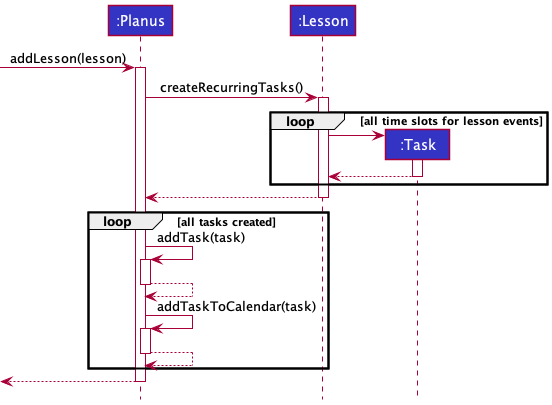
Before: docs/images/AddLessonSequenceDiagram.png, a diagram exported from PlantUML (nus-cs2103-AY2021S1/tp).
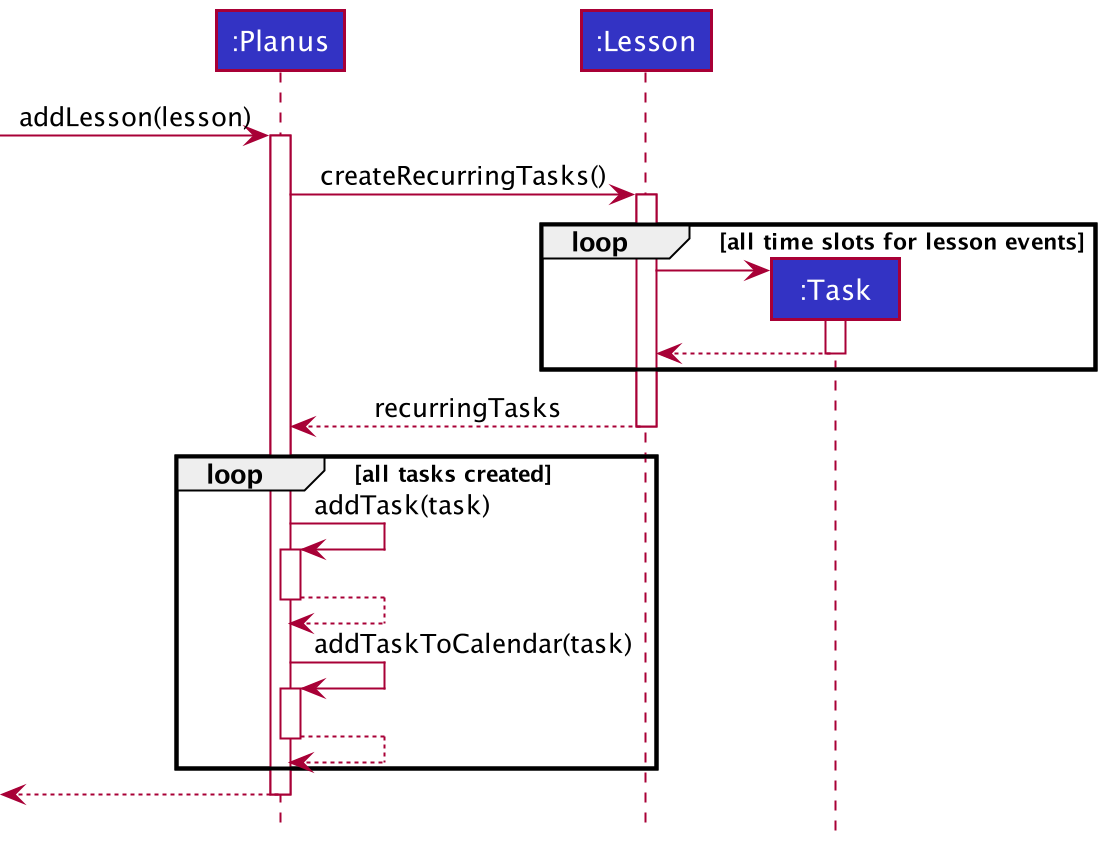
Later version of the same file.

The edit, as a diff of the source:
```diff
@@ -13,7 +13,7 @@
 lesson -> task
 task --> lesson
 end
-lesson --> planus
+lesson --> planus: recurringTasks
 loop all tasks created
 planus -> planus: addTask(task)
 return
```
